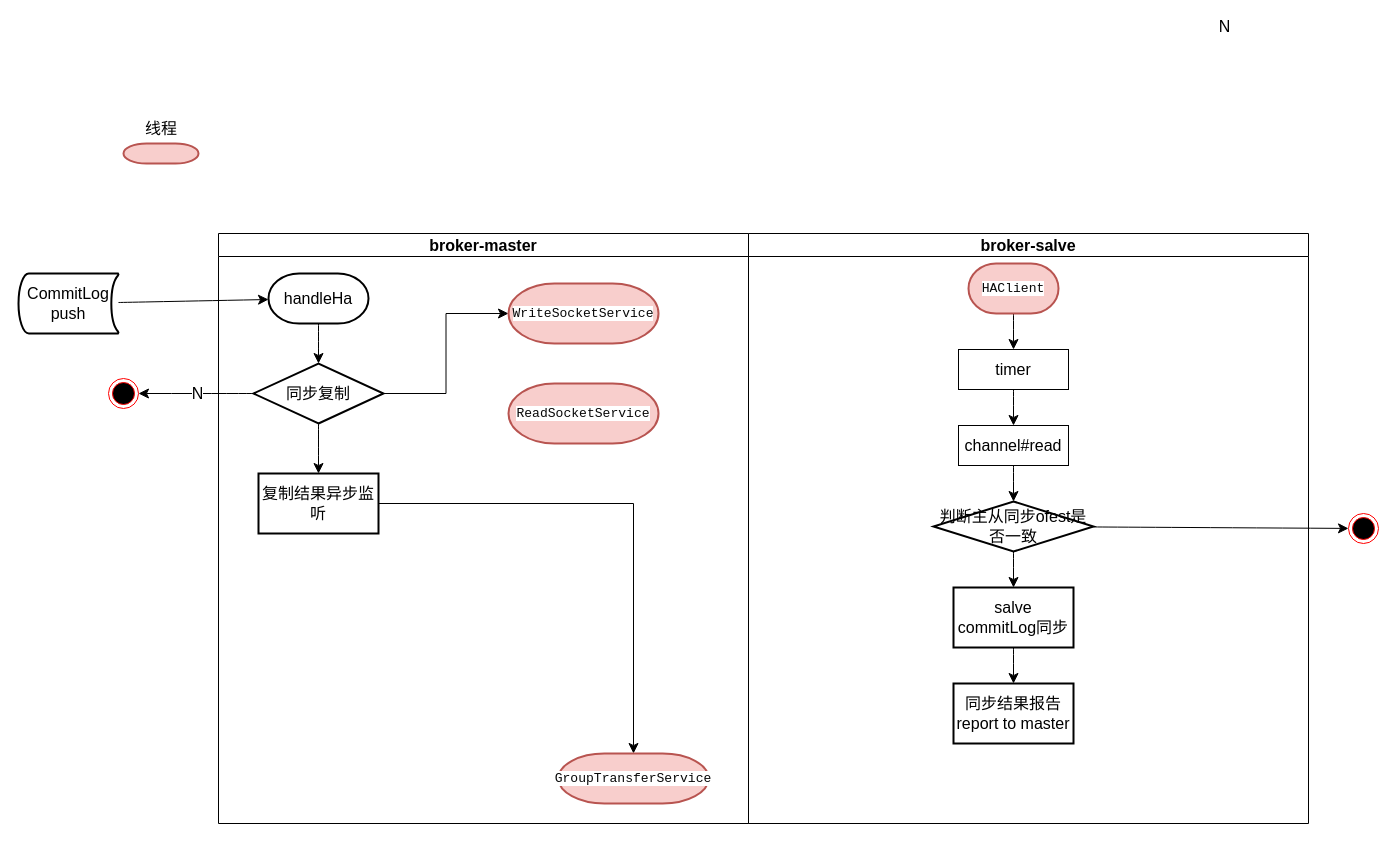
This is rocketmq源码分析.drawio from 2635064692/drawio-rep, a draw.io file, before an edit. Source tidied: cells renumbered, new cells numbered last; positions are measured from the earlier drawing's top-left corner, leaving out a move shared by most shapes. Both pictures are drawn from the tidied source at 100%, with x=0, y=0 at pixel (18, 113).
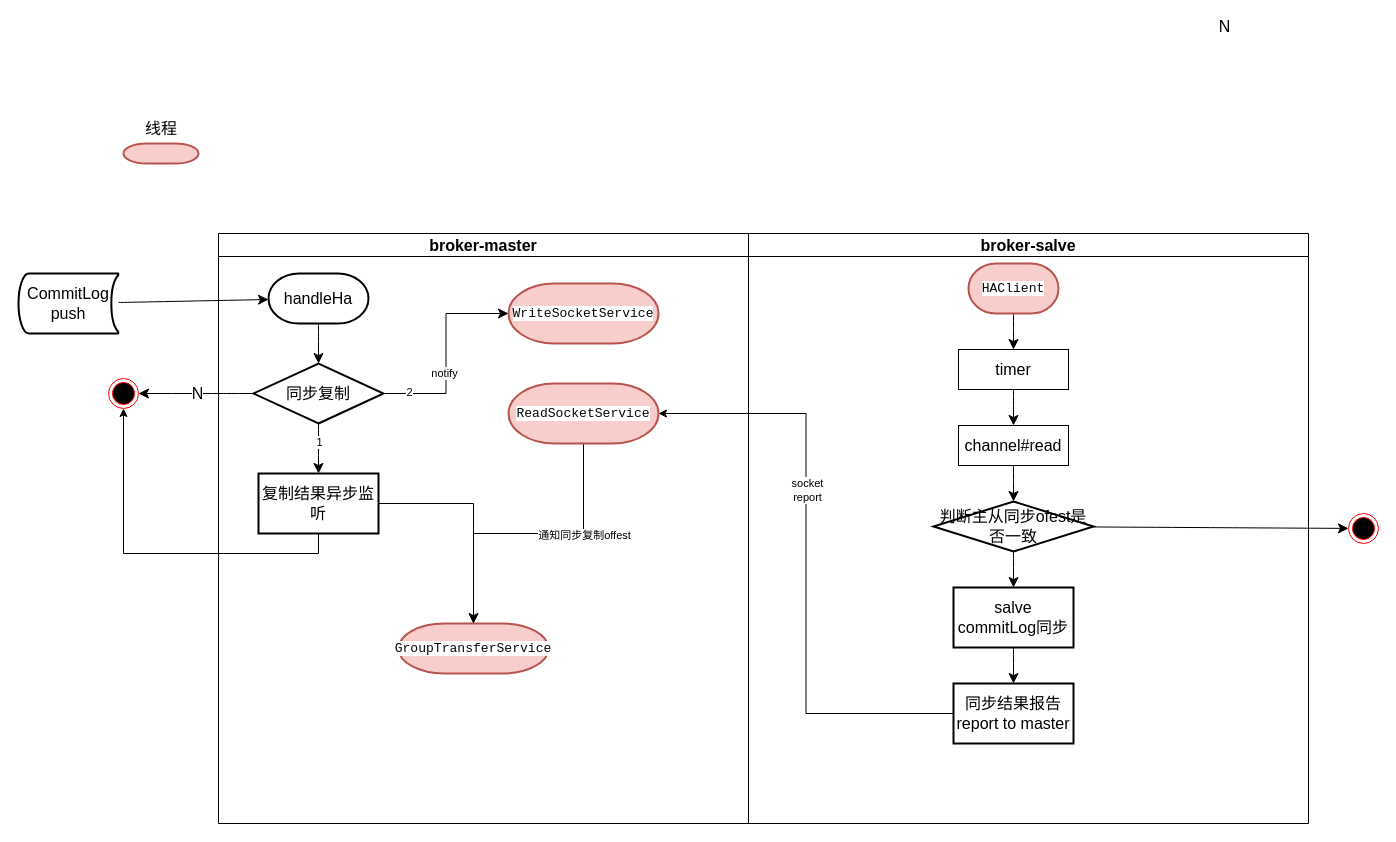
The same page after the edit.

Commit message (it also covers changes not shown here):
更新rocketmq源码分析.drawio

Unchanged cells that the change refers to:
```xml
<mxCell id="2" value="broker-master" style="swimlane;whiteSpace=wrap;html=1;fontSize=16;flipH=0;direction=east;" parent="1" vertex="1">
  <mxGeometry x="200" y="120" width="530" height="590" as="geometry" />
</mxCell>
<mxCell id="5" style="edgeStyle=none;curved=1;rounded=0;jettySize=auto;html=1;exitX=0.5;exitY=0;exitDx=0;exitDy=0;exitPerimeter=0;entryX=0.5;entryY=0;entryDx=0;entryDy=0;fontSize=12;startSize=8;endSize=8;" parent="2" edge="1" source="7" target="10">
  <mxGeometry relative="1" as="geometry" />
</mxCell>
<mxCell id="6" style="edgeStyle=orthogonalEdgeStyle;rounded=0;jettySize=auto;html=1;exitX=1;exitY=0.5;exitDx=0;exitDy=0;exitPerimeter=0;entryX=0;entryY=0.5;entryDx=0;entryDy=0;entryPerimeter=0;fontSize=12;startSize=8;endSize=8;strokeColor=default;" parent="2" edge="1" source="7" target="8">
  <mxGeometry relative="1" as="geometry" />
</mxCell>
<mxCell id="10" value="复制结果异步监听" style="whiteSpace=wrap;html=1;fontSize=16;strokeWidth=2;" parent="2" vertex="1">
  <mxGeometry x="40" y="240" width="120" height="60" as="geometry" />
</mxCell>
<mxCell id="12" value="&lt;div style=&quot;background-color: rgb(255, 255, 255); color: rgb(8, 8, 8); font-family: &amp;quot;Fira Code&amp;quot;, monospace; font-size: 9.8pt;&quot;&gt;&lt;div style=&quot;font-size: 9.8pt;&quot;&gt;&lt;div style=&quot;font-size: 9.8pt;&quot;&gt;ReadSocketService&lt;/div&gt;&lt;/div&gt;&lt;/div&gt;" style="strokeWidth=2;html=1;shape=mxgraph.flowchart.terminator;whiteSpace=wrap;fontSize=16;fillColor=#f8cecc;strokeColor=#b85450;fillStyle=auto;gradientColor=none;" parent="2" vertex="1">
  <mxGeometry x="290" y="150" width="150" height="60" as="geometry" />
</mxCell>
<mxCell id="24" value="同步结果报告&lt;br&gt;report to master" style="whiteSpace=wrap;html=1;fontSize=16;strokeWidth=2;" parent="13" vertex="1">
  <mxGeometry x="205" y="450" width="120" height="60" as="geometry" />
</mxCell>
<mxCell id="27" style="ellipse;html=1;shape=endState;fillColor=#000000;strokeColor=#ff0000;fontSize=16;" parent="1" vertex="1">
  <mxGeometry x="90" y="265" width="30" height="30" as="geometry" />
</mxCell>
```

Change to the diagram source:
```diff
@@
+    <mxCell id="35" value="1" style="edgeLabel;html=1;align=center;verticalAlign=middle;" parent="5" vertex="1">
+      <mxGeometry x="-0.28" relative="1" as="geometry" />
+    </mxCell>
@@
+    <mxCell id="36" value="notify" style="edgeLabel;html=1;align=center;verticalAlign=middle;" parent="6" vertex="1">
+      <mxGeometry x="-0.18" y="3" relative="1" as="geometry">
+        <mxPoint x="1" y="1" as="offset" />
+      </mxGeometry>
+    </mxCell>
+    <mxCell id="37" value="2" style="edgeLabel;html=1;align=center;verticalAlign=middle;" parent="6" vertex="1">
+      <mxGeometry x="-0.76" y="2" relative="1" as="geometry" />
+    </mxCell>
@@
     <mxCell id="11" value="&lt;div style=&quot;background-color: rgb(255, 255, 255); color: rgb(8, 8, 8); font-family: &amp;quot;Fira Code&amp;quot;, monospace; font-size: 9.8pt;&quot;&gt;&lt;div style=&quot;font-size: 9.8pt;&quot;&gt;GroupTransferService&lt;/div&gt;&lt;/div&gt;" style="strokeWidth=2;html=1;shape=mxgraph.flowchart.terminator;whiteSpace=wrap;fontSize=16;fillColor=#f8cecc;strokeColor=#b85450;fillStyle=auto;gradientColor=none;" parent="2" vertex="1">
-      <mxGeometry x="340" y="520" width="150" height="50" as="geometry" />
+      <mxGeometry x="180" y="390" width="150" height="50" as="geometry" />
     </mxCell>
+    <mxCell id="38" style="edgeStyle=orthogonalEdgeStyle;rounded=0;jettySize=auto;html=1;exitX=0.5;exitY=1;exitDx=0;exitDy=0;exitPerimeter=0;entryX=0.5;entryY=0;entryDx=0;entryDy=0;entryPerimeter=0;" parent="2" edge="1" source="12" target="11">
+      <mxGeometry relative="1" as="geometry" />
+    </mxCell>
+    <mxCell id="39" value="通知同步复制offest" style="edgeLabel;html=1;align=center;verticalAlign=middle;" parent="38" vertex="1">
+      <mxGeometry x="-0.38" y="1" relative="1" as="geometry" />
+    </mxCell>
@@
+    <mxCell id="40" style="edgeStyle=orthogonalEdgeStyle;rounded=0;jettySize=auto;html=1;exitX=0;exitY=0.5;exitDx=0;exitDy=0;entryX=1;entryY=0.5;entryDx=0;entryDy=0;entryPerimeter=0;" parent="1" edge="1" source="24" target="12">
+      <mxGeometry relative="1" as="geometry" />
+    </mxCell>
+    <mxCell id="41" value="socket&lt;br&gt;report" style="edgeLabel;html=1;align=center;verticalAlign=middle;" parent="40" vertex="1">
+      <mxGeometry x="0.25" relative="1" as="geometry">
+        <mxPoint x="1" y="1" as="offset" />
+      </mxGeometry>
+    </mxCell>
+    <mxCell id="42" style="edgeStyle=orthogonalEdgeStyle;rounded=0;jettySize=auto;html=1;exitX=0.5;exitY=1;exitDx=0;exitDy=0;entryX=0.5;entryY=1;entryDx=0;entryDy=0;" parent="1" edge="1" source="10" target="27">
+      <mxGeometry relative="1" as="geometry" />
+    </mxCell>
```
